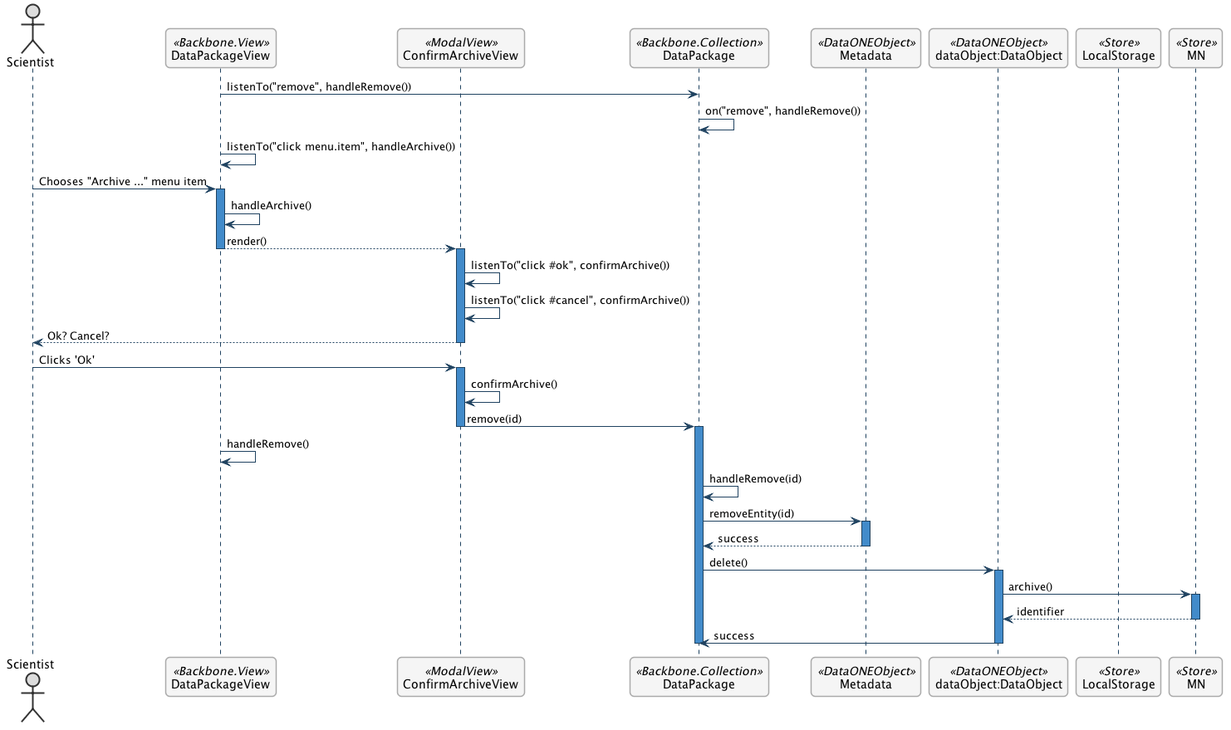
This is metacatui/docs/design/editor/use-cases/images/archive-a-file-sequence-diagram.png from NCEAS/metacatui, a PlantUML export, as it was before one commit.
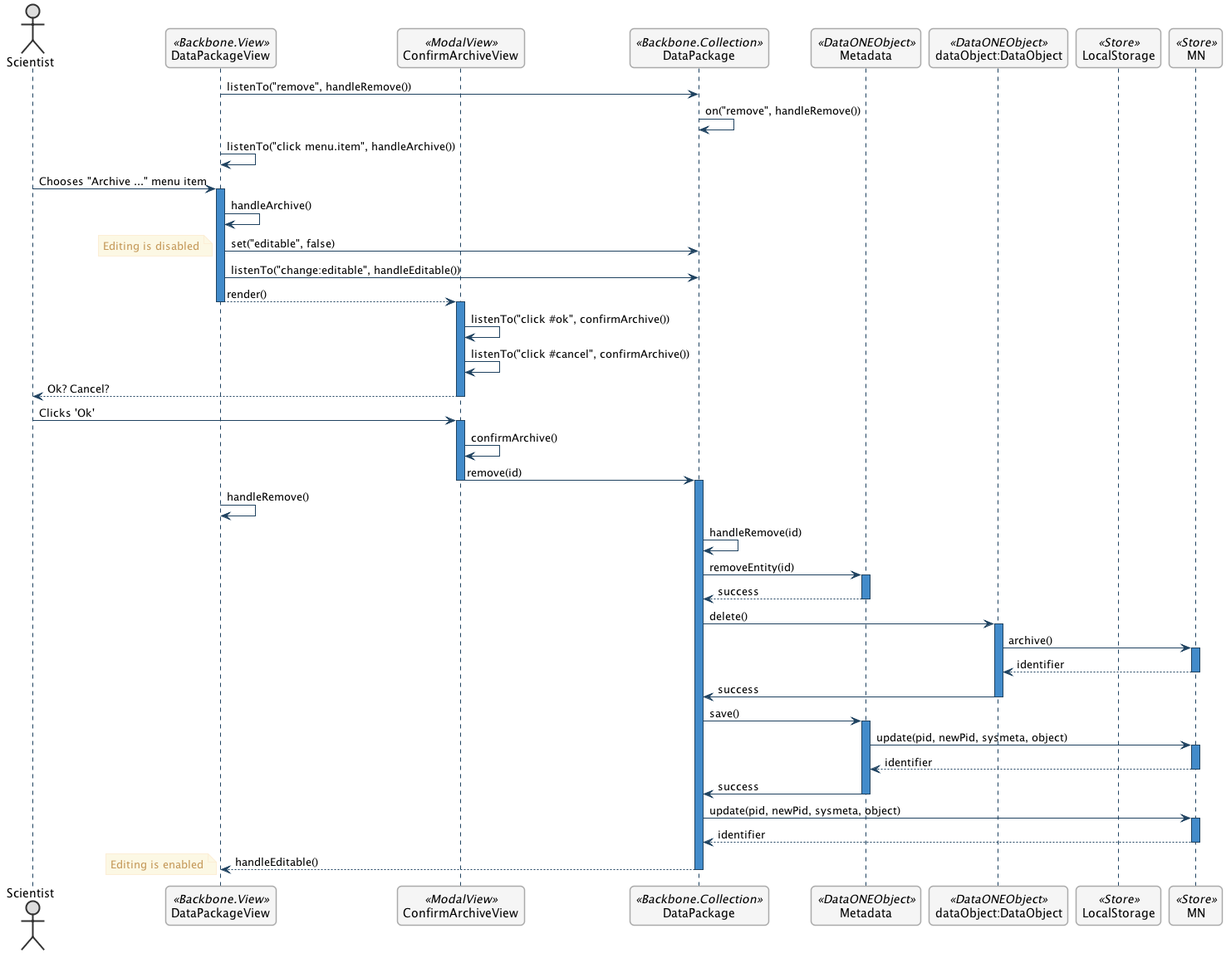
The same file after the commit.

Commit message:
Update the archive use case to toggle the editable property on the package while the archive is occurring. Also update the metadata and package on the MN.

refs https://projects.ecoinformatics.org/ecoinfo/issues/7046

What changed in the source:
```diff
@@ -50,6 +50,11 @@
 
   activate PackageView
     PackageView -> PackageView : handleArchive()
+    PackageView -> DataPackage : set("editable", false)
+    note left
+      Editing is disabled
+    end note
+    PackageView -> DataPackage : listenTo("change:editable", handleEditable())
     PackageView --> ConfirmArchiveView : render()
   deactivate PackageView
 
@@ -58,7 +63,8 @@
     ConfirmArchiveView -> ConfirmArchiveView : listenTo("click #cancel", confirmArchive())
     ConfirmArchiveView --> Scientist: Ok? Cancel?
   deactivate ConfirmArchiveView
-    Scientist -> ConfirmArchiveView : Clicks 'Ok'
+
+  Scientist -> ConfirmArchiveView : Clicks 'Ok'
   activate ConfirmArchiveView
     ConfirmArchiveView -> ConfirmArchiveView : confirmArchive()
     ConfirmArchiveView -> DataPackage : remove(id)
@@ -80,6 +86,25 @@
       deactivate MN
       DataObject -> DataPackage : success
     deactivate DataObject
+
+    DataPackage -> Metadata : save()
+    activate Metadata
+      Metadata -> MN : update(pid, newPid, sysmeta, object)
+      activate MN
+        MN --> Metadata : identifier
+      deactivate MN
+      Metadata -> DataPackage : success
+    deactivate Metadata
+
+    DataPackage -> MN : update(pid, newPid, sysmeta, object)
+    activate MN
+      MN --> DataPackage : identifier
+    deactivate MN
+
+    DataPackage --> PackageView : handleEditable()
+    note left
+      Editing is enabled
+    end note
   deactivate DataPackage
 
 @enduml
```
